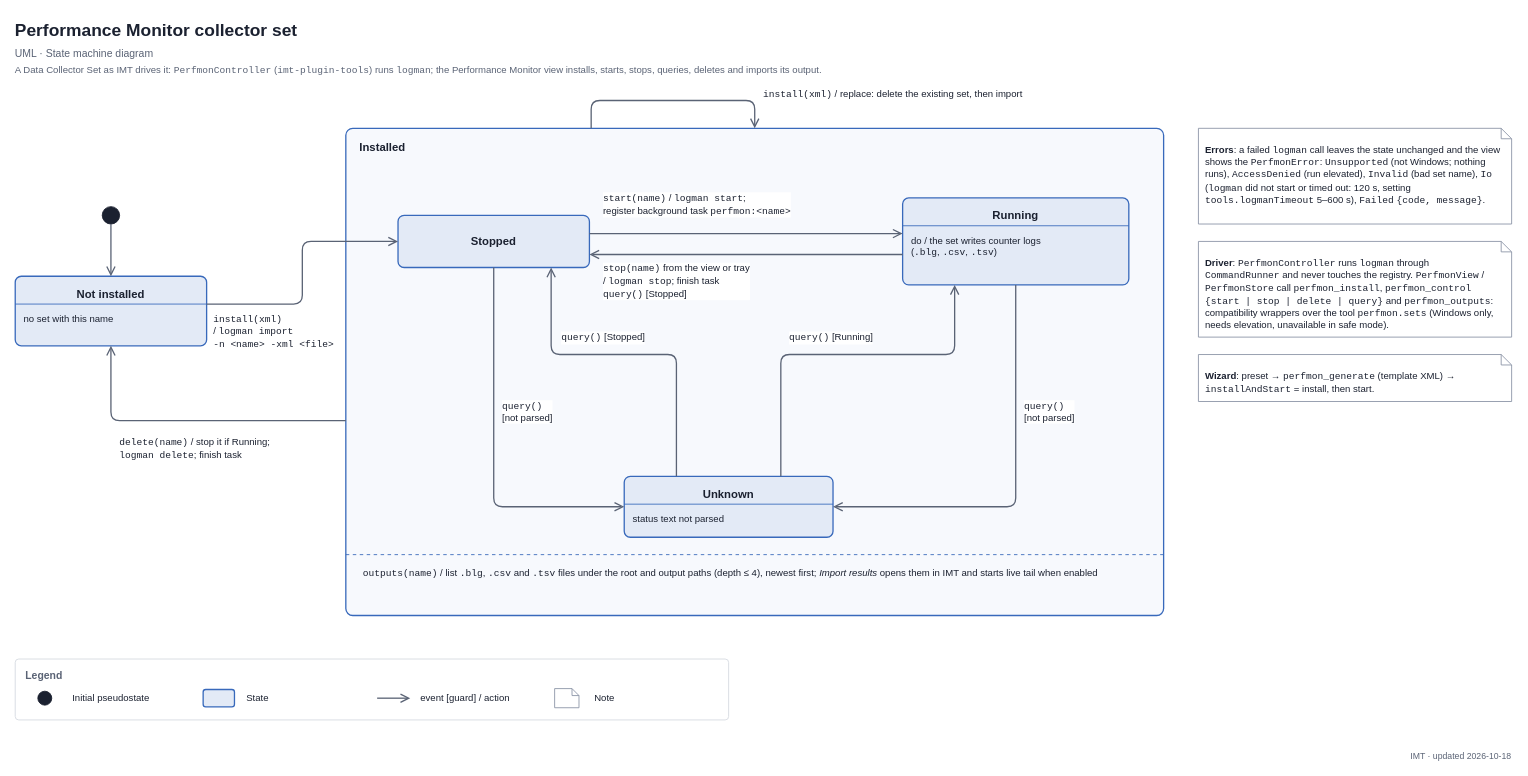
The draw.io diagram docs/diagrams/uml-state-perfmon.drawio in decryp7/integrated_maintenance_tool, before the edit. Source tidied: cells renumbered, new cells numbered last; positions are measured from the earlier drawing's top-left corner, leaving out a move shared by most shapes. Both pictures are drawn from the tidied source at 87%, with x=0, y=0 at pixel (15, 15).
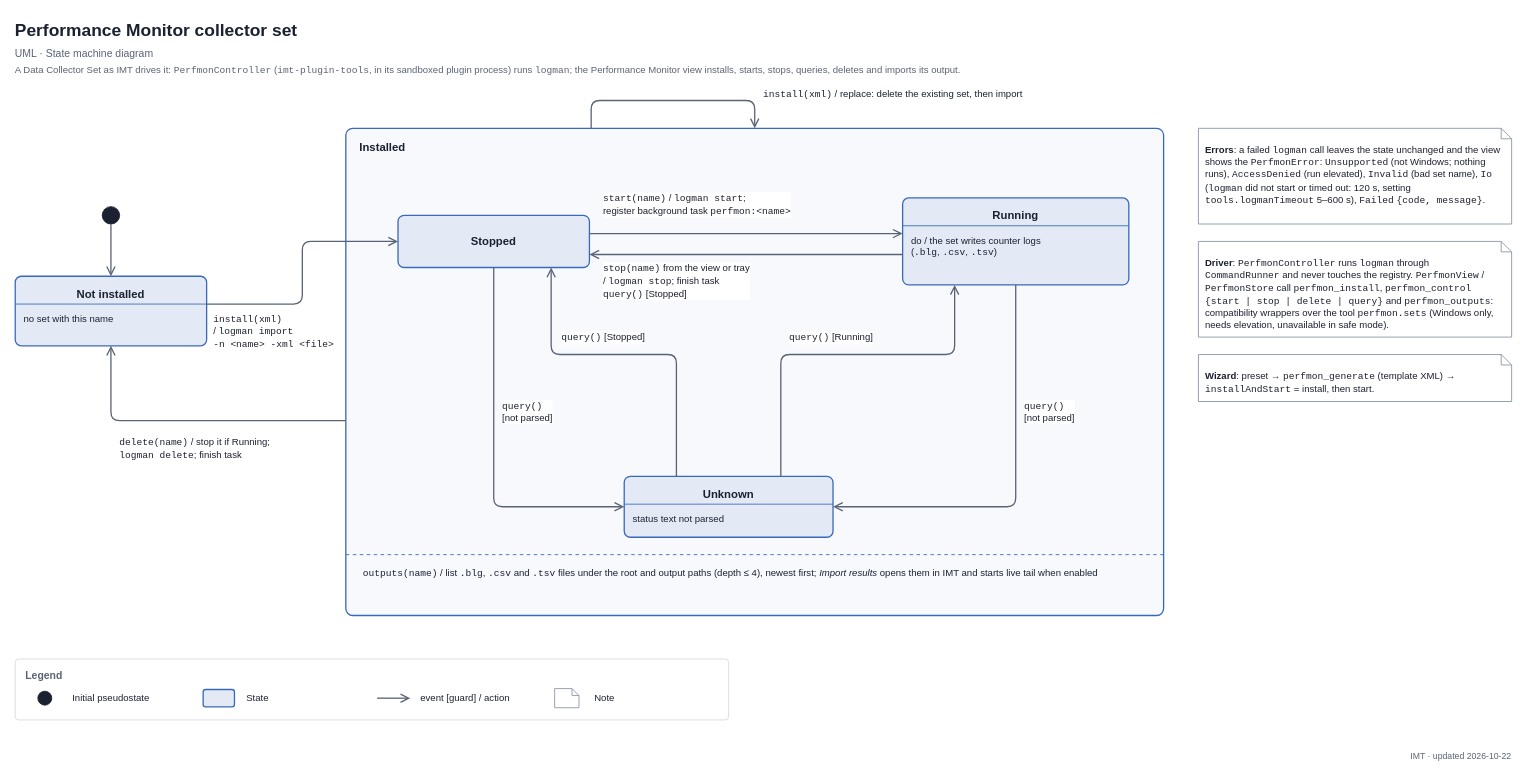
The same page after the edit.

The edit, as a diff of the source:
```diff
@@
-    <mxCell id="4" value="&lt;span style=&quot;font-size:11px;color:#5A6375&quot;&gt;A Data Collector Set as IMT drives it: &lt;span style=&quot;font-family:Consolas,Menlo,monospace;white-space:nowrap&quot;&gt;PerfmonController&lt;/span&gt; (&lt;span style=&quot;font-family:Consolas,Menlo,monospace;white-space:nowrap&quot;&gt;imt-plugin-tools&lt;/span&gt;) runs &lt;span style=&quot;font-family:Consolas,Menlo,monospace;white-space:nowrap&quot;&gt;logman&lt;/span&gt;; the Performance Monitor view installs, starts, stops, queries, deletes and imports its output.&lt;/span&gt;" style="fontFamily=Arial,Helvetica,sans-serif;html=1;whiteSpace=wrap;fontColor=#1B2130;fontSize=11;text;strokeColor=none;fillColor=none;spacing=0;align=left;verticalAlign=top;" parent="1" vertex="1">
+    <mxCell id="4" value="&lt;span style=&quot;font-size:11px;color:#5A6375&quot;&gt;A Data Collector Set as IMT drives it: &lt;span style=&quot;font-family:Consolas,Menlo,monospace;white-space:nowrap&quot;&gt;PerfmonController&lt;/span&gt; (&lt;span style=&quot;font-family:Consolas,Menlo,monospace;white-space:nowrap&quot;&gt;imt-plugin-tools&lt;/span&gt;, in its sandboxed plugin process) runs &lt;span style=&quot;font-family:Consolas,Menlo,monospace;white-space:nowrap&quot;&gt;logman&lt;/span&gt;; the Performance Monitor view installs, starts, stops, queries, deletes and imports its output.&lt;/span&gt;" style="fontFamily=Arial,Helvetica,sans-serif;html=1;whiteSpace=wrap;fontColor=#1B2130;fontSize=11;text;strokeColor=none;fillColor=none;spacing=0;align=left;verticalAlign=top;" parent="1" vertex="1">
       <mxGeometry y="52" width="1100" height="18" as="geometry" />
     </mxCell>
@@
-    <mxCell id="50" value="&lt;span style=&quot;font-size:10px;color:#5A6375&quot;&gt;IMT · updated 2026-10-18&lt;/span&gt;" style="fontFamily=Arial,Helvetica,sans-serif;html=1;whiteSpace=wrap;fontColor=#1B2130;fontSize=11;text;strokeColor=none;fillColor=none;spacing=0;align=right;verticalAlign=top;" parent="1" vertex="1">
+    <mxCell id="50" value="&lt;span style=&quot;font-size:10px;color:#5A6375&quot;&gt;IMT · updated 2026-10-22&lt;/span&gt;" style="fontFamily=Arial,Helvetica,sans-serif;html=1;whiteSpace=wrap;fontColor=#1B2130;fontSize=11;text;strokeColor=none;fillColor=none;spacing=0;align=right;verticalAlign=top;" parent="1" vertex="1">
       <mxGeometry x="1500" y="840" width="220" height="18" as="geometry" />
     </mxCell>
```
